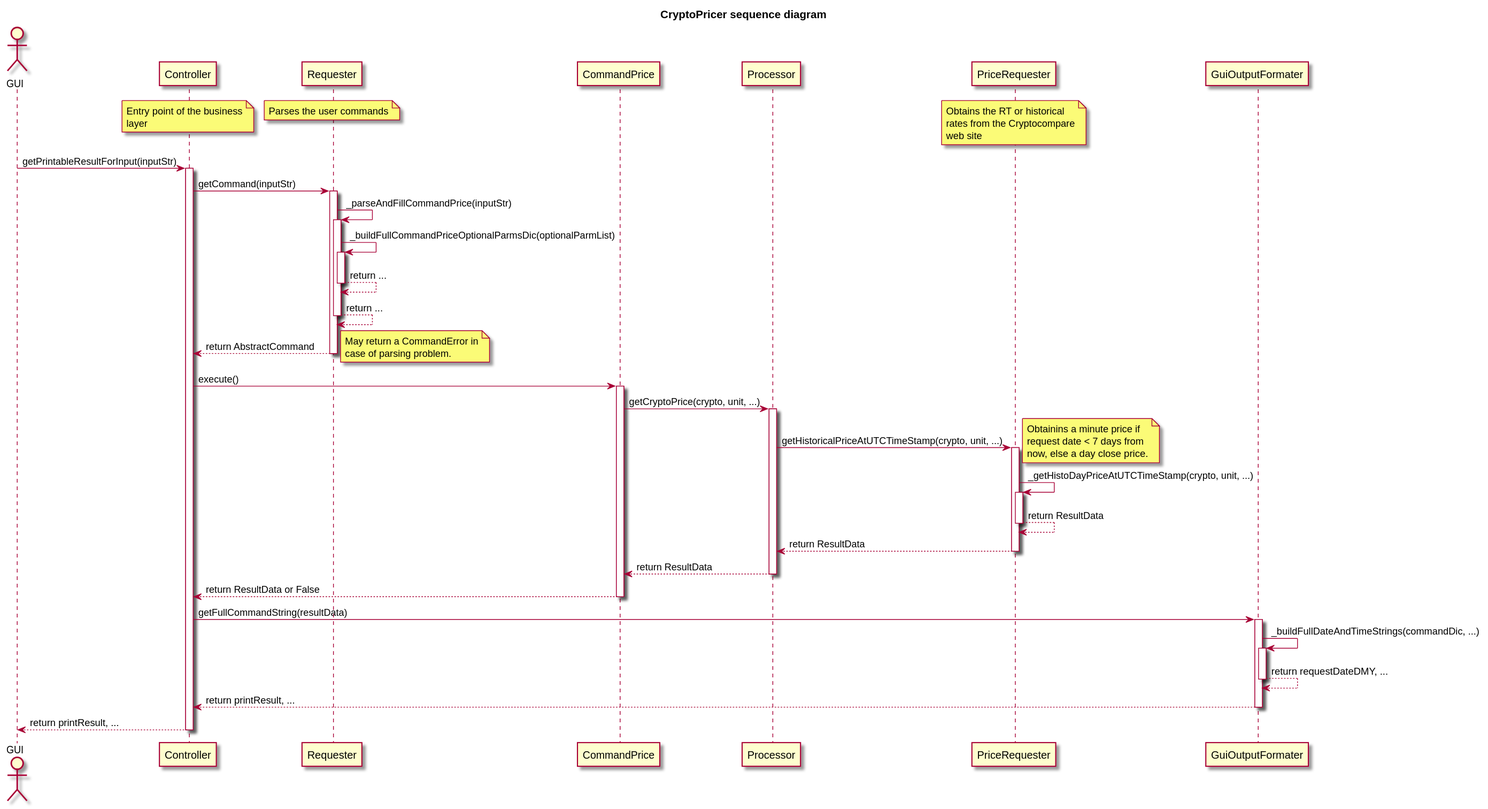
Above: doc/sqCryptoPricerShortSig.svg in Archanciel/cryptopricer (PlantUML), before the change.
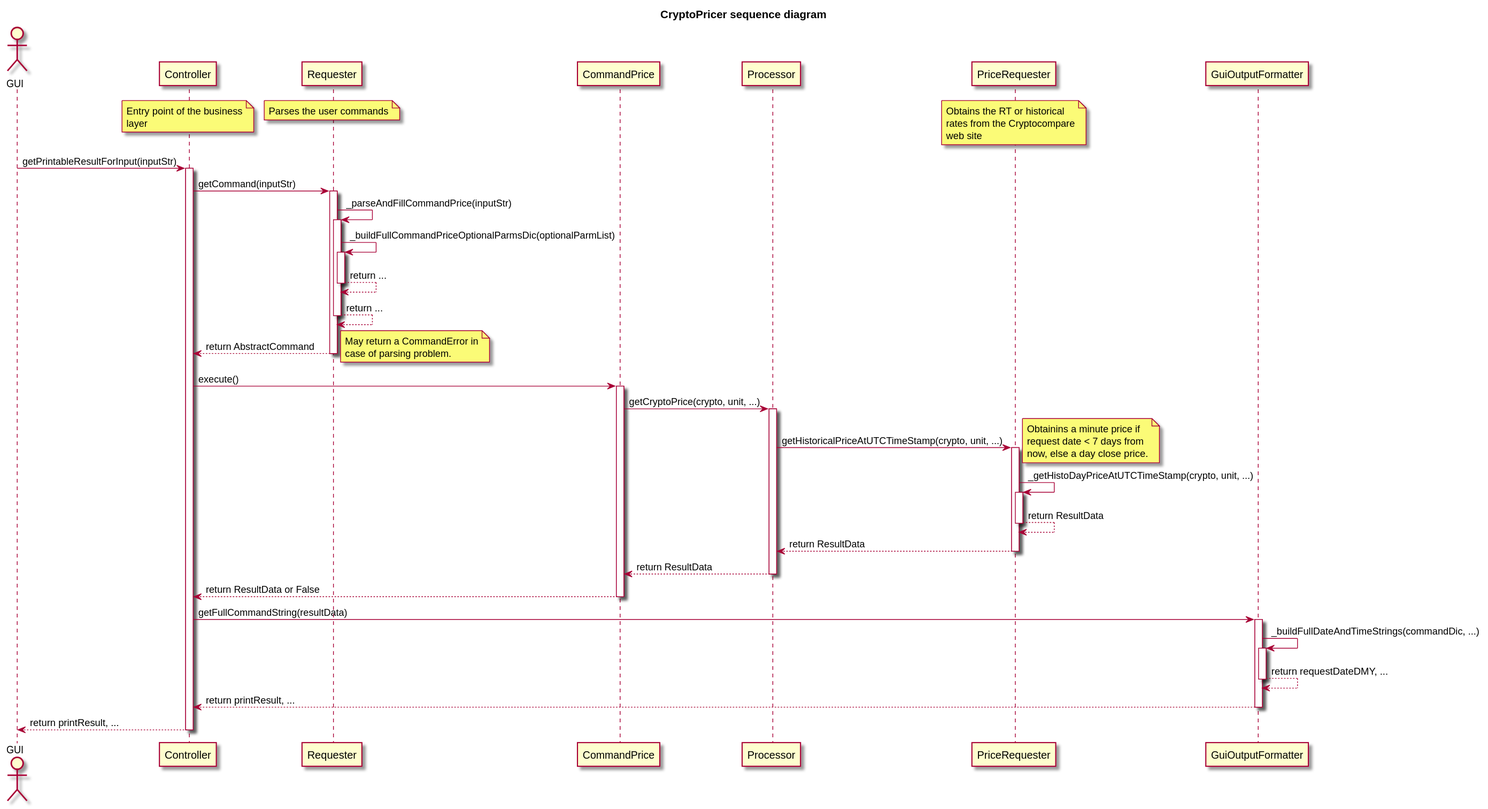
After the commit.

Commit message:
Added class description

Change to the diagram source:
```diff
@@ -19,7 +19,7 @@
 		rates from the Cryptocompare
 		web site
 	end note
-participant GuiOutputFormater
+participant GuiOutputFormatter
 GUI -> Controller: getPrintableResultForInput(partialRequestStr)
 	activate Controller
 	Controller -> Requester: getCommand(partialRequestStr)
@@ -59,14 +59,14 @@
 			deactivate Processor
 		Controller <-- CommandPrice: return ResultData or False
 		deactivate CommandPrice
-	Controller -> GuiOutputFormater: getFullCommandString(resultData)
-		activate GuiOutputFormater
-		GuiOutputFormater -> GuiOutputFormater: _buildFullDateAndTimeStrings(commandDic, ...)
-			activate GuiOutputFormater
-			GuiOutputFormater <-- GuiOutputFormater: return requestDateDMY, ...
-			deactivate GuiOutputFormater
-		Controller <-- GuiOutputFormater: return printResult, ...
-		deactivate GuiOutputFormater
+	Controller -> GuiOutputFormatter: getFullCommandString(resultData)
+		activate GuiOutputFormatter
+		GuiOutputFormatter -> GuiOutputFormatter: _buildFullDateAndTimeStrings(commandDic, ...)
+			activate GuiOutputFormatter
+			GuiOutputFormatter <-- GuiOutputFormatter: return requestDateDMY, ...
+			deactivate GuiOutputFormatter
+		Controller <-- GuiOutputFormatter: return printResult, ...
+		deactivate GuiOutputFormatter
 	GUI <-- Controller: return printResult, ...
 	deactivate Controller
 @enduml
```
